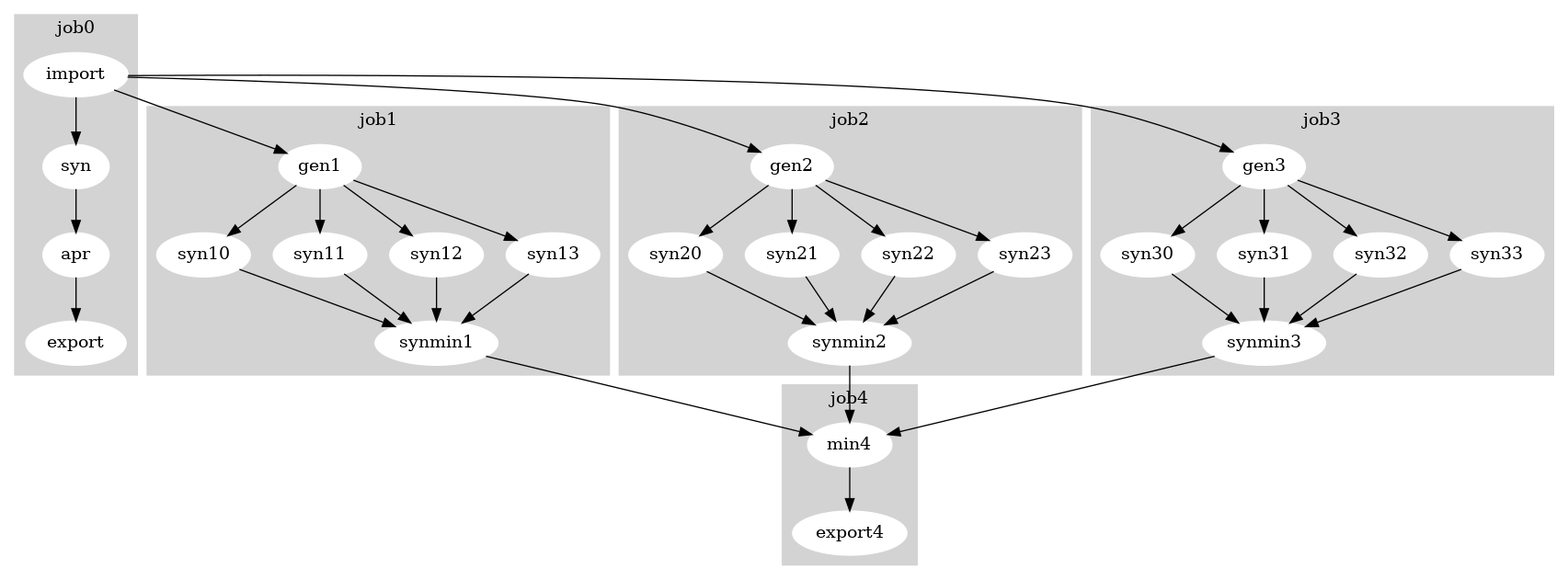
Earlier version of the Graphviz export docs/_images/sc_flow.png (siliconcompiler/siliconcompiler). Its source is kept beside it as docs/_images/sc_flow.dot. Source of this version:
```dot
digraph G {

	subgraph cluster_0 {
		style=filled;
		color=lightgrey;
		node [style=filled,color=white];
		import -> syn -> apr -> export;
		label = "job0";
	}

	subgraph cluster_1 {
		style=filled;
		color=lightgrey;
		node [style=filled,color=white];
		gen1 -> syn10;
		gen1 -> syn11;
		gen1 -> syn12;
		gen1 -> syn13;
		syn10 -> synmin1;
		syn11 -> synmin1;
		syn12 -> synmin1;
		syn13 -> synmin1;
		label = "job1";
	}

	subgraph cluster_2 {
		style=filled;
		color=lightgrey;
		node [style=filled,color=white];
		gen2 -> syn20;
		gen2 -> syn21;
		gen2 -> syn22;
		gen2 -> syn23;
		syn20 -> synmin2;
		syn21 -> synmin2;
		syn22 -> synmin2;
		syn23 -> synmin2;
		label = "job2";
	}

	subgraph cluster_3 {
		style=filled;
		color=lightgrey;
		node [style=filled,color=white];
		gen3 -> syn30;
		gen3 -> syn31;
		gen3 -> syn32;
		gen3 -> syn33;
		syn30 -> synmin3;
		syn31 -> synmin3;
		syn32 -> synmin3;
		syn33 -> synmin3;
		label = "job3";
	}

	subgraph cluster_4 {
		style=filled;
		color=lightgrey;
		node [style=filled,color=white];
		min4 -> export4;
		label = "job4";
	}


	import -> gen1;
	import -> gen2;
	import -> gen3;
	synmin1 -> min4;
	synmin2 -> min4;
	synmin3 -> min4;

}
```
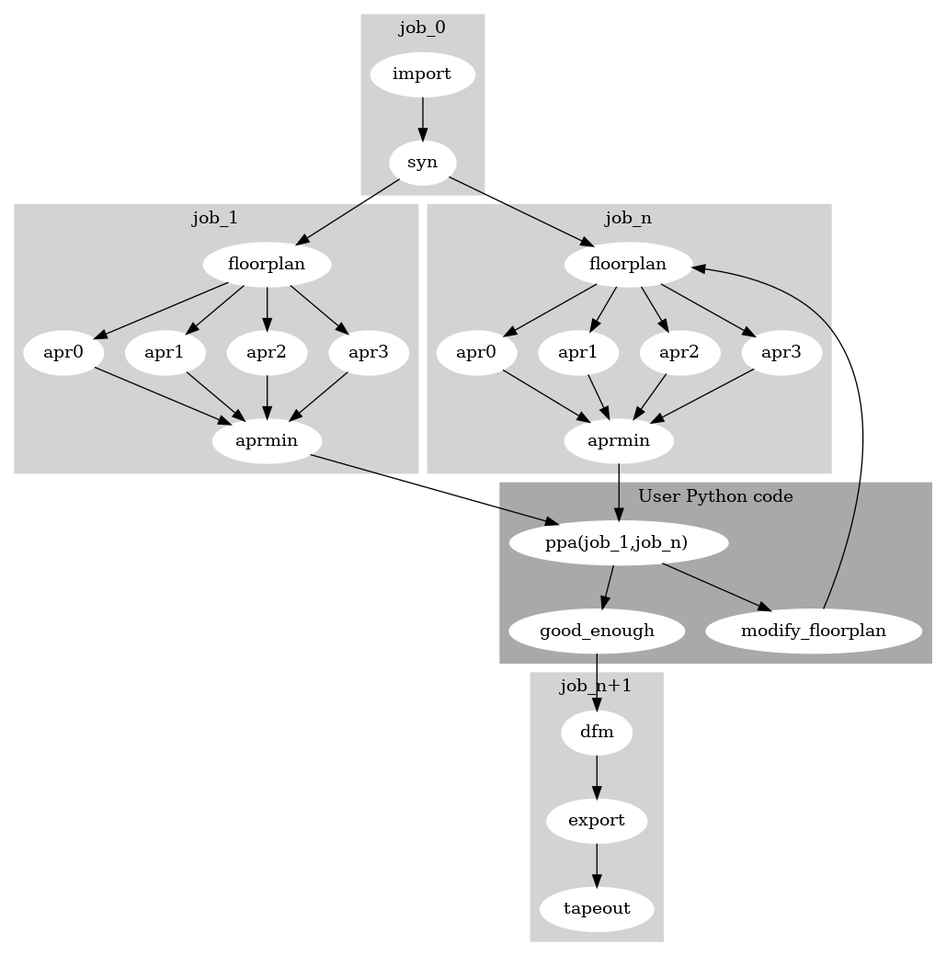
Later version of the same file.

Commit message:
Adding fancy execution graph - Illustrate Python based conditional flow control

What changed in the source:
```diff
@@ -1,72 +1,77 @@
 digraph G {
+
+	node [style=filled,color=white];
 
 	subgraph cluster_0 {
 		style=filled;
 		color=lightgrey;
 		node [style=filled,color=white];
-		import -> syn -> apr -> export;
-		label = "job0";
+		import -> syn
+		label = "job_0";
 	}
 
 	subgraph cluster_1 {
+		node [label="floorplan"] floorplan1;
+		node [label="apr0"] apr_10;
+		node [label="apr1"] apr_11;
+		node [label="apr2"] apr_12;
+		node [label="apr3"] apr_13;
+		node [label="aprmin"] aprmin_1;
 		style=filled;
 		color=lightgrey;
-		node [style=filled,color=white];
-		gen1 -> syn10;
-		gen1 -> syn11;
-		gen1 -> syn12;
-		gen1 -> syn13;
-		syn10 -> synmin1;
-		syn11 -> synmin1;
-		syn12 -> synmin1;
-		syn13 -> synmin1;
-		label = "job1";
+		floorplan1 -> apr_10;
+		floorplan1 -> apr_11;
+		floorplan1 -> apr_12;
+		floorplan1 -> apr_13;
+		apr_10 -> aprmin_1;
+		apr_11 -> aprmin_1;
+		apr_12 -> aprmin_1;
+		apr_13 -> aprmin_1;
+		label = "job_1";
 	}
 
 	subgraph cluster_2 {
+		node [label="floorplan"] floorplan_n;
+		node [label="apr0"] apr_n0;
+		node [label="apr1"] apr_n1;
+		node [label="apr2"] apr_n2;
+		node [label="apr3"] apr_n3;
+		node [label="aprmin"] aprmin_n;
 		style=filled;
 		color=lightgrey;
-		node [style=filled,color=white];
-		gen2 -> syn20;
-		gen2 -> syn21;
-		gen2 -> syn22;
-		gen2 -> syn23;
-		syn20 -> synmin2;
-		syn21 -> synmin2;
-		syn22 -> synmin2;
-		syn23 -> synmin2;
-		label = "job2";
+		floorplan_n -> apr_n0;
+		floorplan_n -> apr_n1;
+		floorplan_n -> apr_n2;
+		floorplan_n -> apr_n3;
+		apr_n0 -> aprmin_n;
+		apr_n1 -> aprmin_n;
+		apr_n2 -> aprmin_n;
+		apr_n3 -> aprmin_n;
+		label = "job_n";
 	}
 
+
 	subgraph cluster_3 {
+		{node [label="ppa(job_1,job_n) "] compare;}
 		style=filled;
-		color=lightgrey;
-		node [style=filled,color=white];
-		gen3 -> syn30;
-		gen3 -> syn31;
-		gen3 -> syn32;
-		gen3 -> syn33;
-		syn30 -> synmin3;
-		syn31 -> synmin3;
-		syn32 -> synmin3;
-		syn33 -> synmin3;
-		label = "job3";
+		color=darkgrey;
+		compare -> good_enough;
+		compare -> modify_floorplan;
+		label = "User Python code";
 	}
 
 	subgraph cluster_4 {
 		style=filled;
 		color=lightgrey;
-		node [style=filled,color=white];
-		min4 -> export4;
-		label = "job4";
+		dfm -> export;
+		export -> tapeout;
+		label = "job_n+1";
 	}
 
-
-	import -> gen1;
-	import -> gen2;
-	import -> gen3;
-	synmin1 -> min4;
-	synmin2 -> min4;
-	synmin3 -> min4;
-
+	syn -> floorplan1;
+	syn -> floorplan_n;
+	aprmin_1 -> compare
+	aprmin_n -> compare
+	good_enough ->  dfm
+	modify_floorplan -> floorplan_n
 }
```
